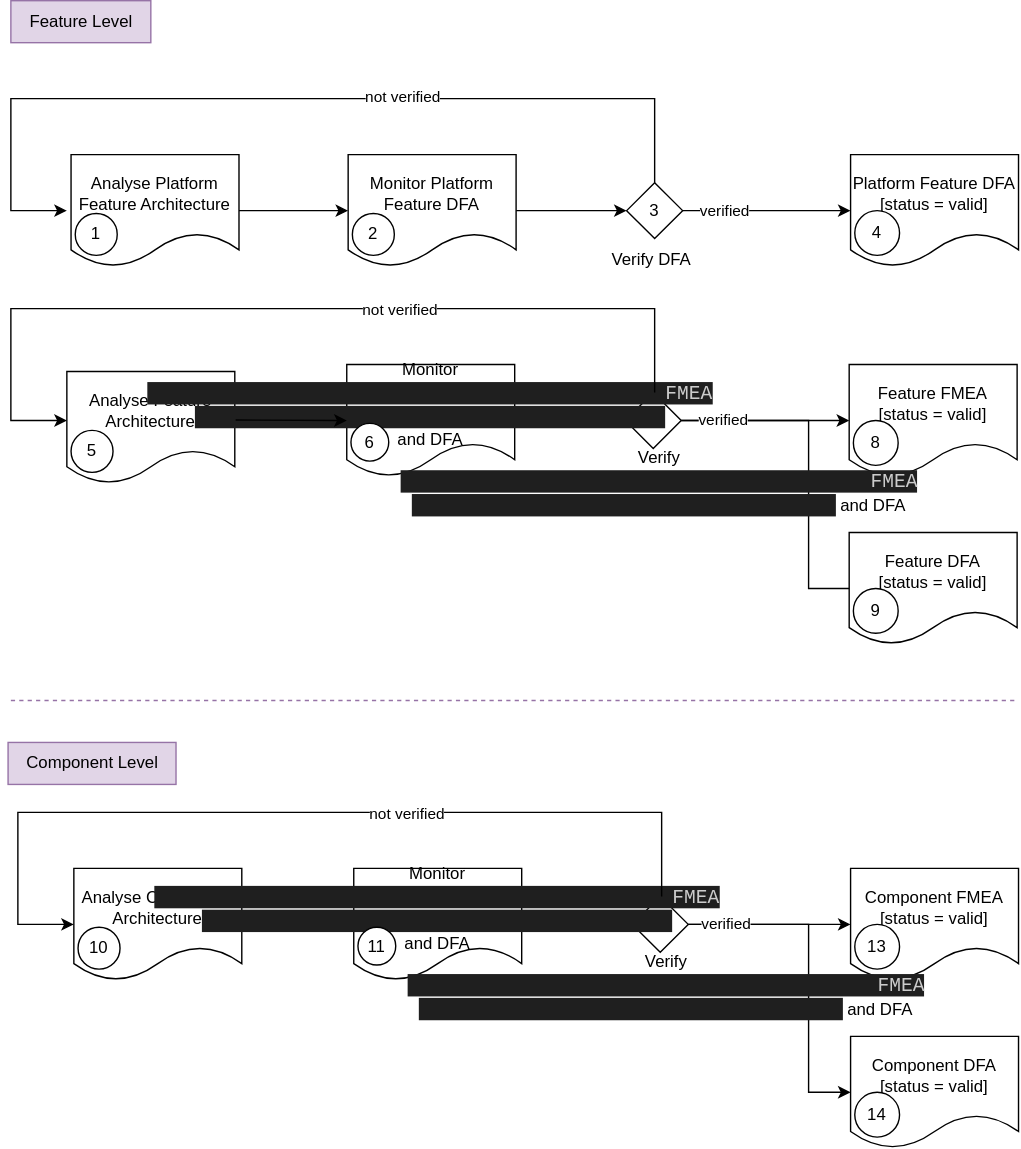
eclipse-score/process_description keeps this draw.io diagram as pr-54/_images/safety_analysis_workflow.drawio.svg. Above is the earlier version. Source tidied: cells renumbered, new cells last; positions are measured from the earlier drawing's top-left corner, leaving out a move shared by most shapes.
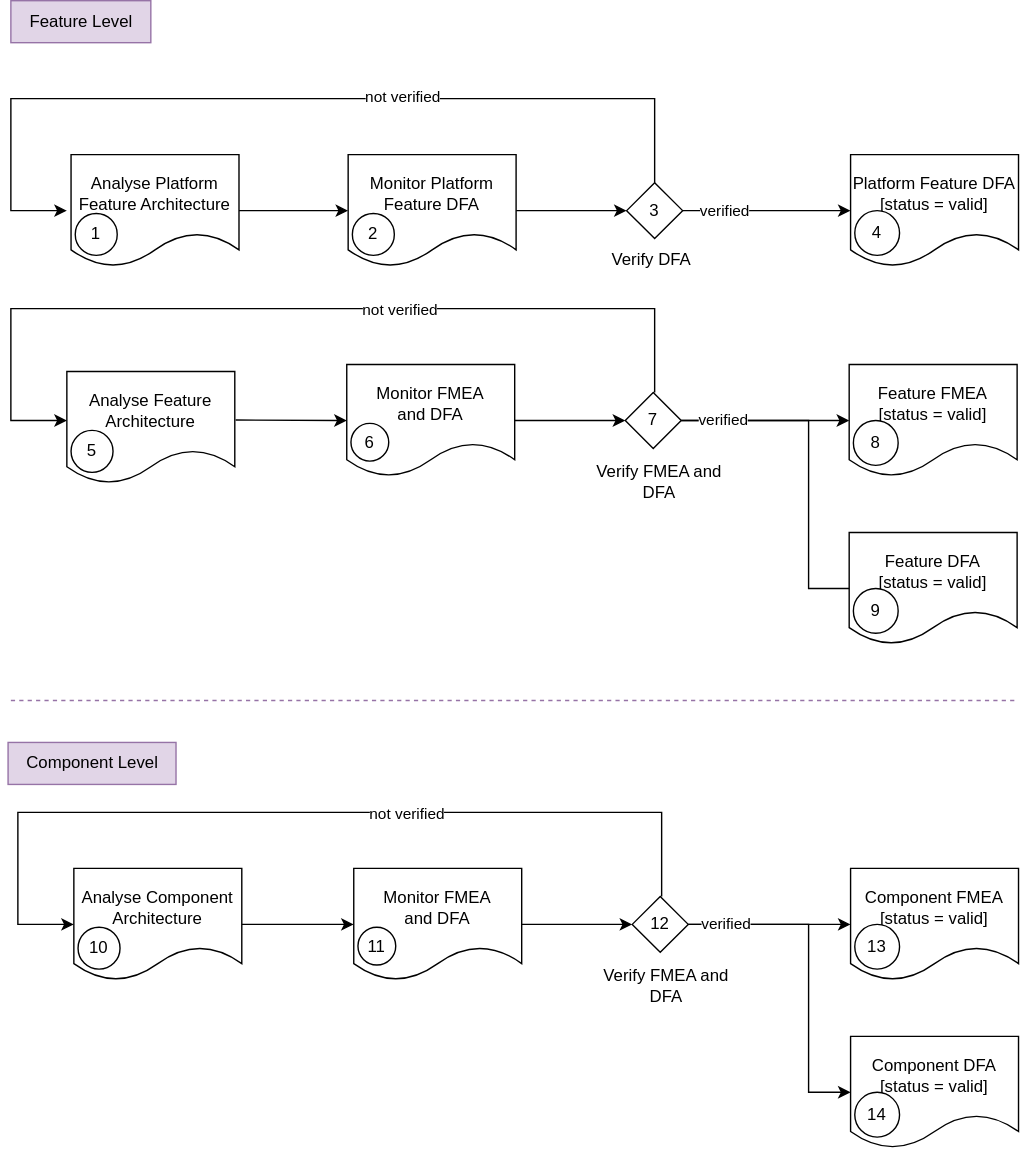
The same file after the commit.

Diff of the diagram source:
```diff
@@ -103,13 +103,13 @@
     <mxCell id="28" style="edgeStyle=none;html=1;entryX=0;entryY=0.5;entryDx=0;entryDy=0;" parent="1" edge="1" source="29" target="27">
       <mxGeometry relative="1" as="geometry" />
     </mxCell>
-    <mxCell id="29" value="&lt;span style=&quot;color: rgb(0, 0, 0);&quot;&gt;Monitor&amp;nbsp;&lt;span style=&quot;color: rgb(204, 204, 204); background-color: rgb(31, 31, 31); font-family: Consolas, &amp;quot;Courier New&amp;quot;, monospace; font-size: 14px; white-space: pre;&quot;&gt;FMEA&lt;/span&gt;&lt;br&gt;&lt;/span&gt;&lt;span style=&quot;background-color: transparent;&quot;&gt;&amp;nbsp;and DFA&lt;/span&gt;" style="shape=document;whiteSpace=wrap;html=1;boundedLbl=1;" parent="1" vertex="1">
+    <mxCell id="29" value="&lt;span style=&quot;color: rgb(0, 0, 0);&quot;&gt;Monitor FMEA&lt;br&gt;&lt;/span&gt;&lt;span style=&quot;background-color: transparent;&quot;&gt;&amp;nbsp;and DFA&lt;/span&gt;" style="shape=document;whiteSpace=wrap;html=1;boundedLbl=1;" parent="1" vertex="1">
       <mxGeometry x="242" y="260" width="120" height="80" as="geometry" />
     </mxCell>
     <mxCell id="30" value="6" style="ellipse;whiteSpace=wrap;html=1;" parent="1" vertex="1">
       <mxGeometry x="245" y="302" width="27" height="27" as="geometry" />
     </mxCell>
-    <mxCell id="31" value="Verify&amp;nbsp;&lt;span style=&quot;color: rgb(204, 204, 204); background-color: rgb(31, 31, 31); font-family: Consolas, &amp;quot;Courier New&amp;quot;, monospace; font-size: 14px; white-space: pre;&quot;&gt;FMEA&lt;/span&gt;&lt;span style=&quot;background-color: transparent;&quot;&gt;&amp;nbsp;and DFA&lt;/span&gt;" style="text;html=1;align=center;verticalAlign=middle;whiteSpace=wrap;rounded=0;fillColor=default;" parent="1" vertex="1">
+    <mxCell id="31" value="Verify FMEA&lt;span style=&quot;background-color: transparent;&quot;&gt;&amp;nbsp;and DFA&lt;/span&gt;" style="text;html=1;align=center;verticalAlign=middle;whiteSpace=wrap;rounded=0;fillColor=default;" parent="1" vertex="1">
       <mxGeometry x="412" y="329" width="107" height="30" as="geometry" />
     </mxCell>
     <mxCell id="32" style="edgeStyle=none;html=1;rounded=0;curved=0;" parent="1" edge="1">
@@ -163,13 +163,13 @@
     <mxCell id="42" style="edgeStyle=none;html=1;entryX=0;entryY=0.5;entryDx=0;entryDy=0;" parent="1" edge="1" source="43" target="41">
       <mxGeometry relative="1" as="geometry" />
     </mxCell>
-    <mxCell id="43" value="&lt;span style=&quot;color: rgb(0, 0, 0);&quot;&gt;Monitor&amp;nbsp;&lt;span style=&quot;color: rgb(204, 204, 204); background-color: rgb(31, 31, 31); font-family: Consolas, &amp;quot;Courier New&amp;quot;, monospace; font-size: 14px; white-space: pre;&quot;&gt;FMEA&lt;/span&gt;&lt;br&gt;&lt;/span&gt;&lt;span style=&quot;background-color: transparent;&quot;&gt;&amp;nbsp;and DFA&lt;/span&gt;" style="shape=document;whiteSpace=wrap;html=1;boundedLbl=1;" parent="1" vertex="1">
+    <mxCell id="43" value="&lt;span style=&quot;color: rgb(0, 0, 0);&quot;&gt;Monitor FMEA&lt;br&gt;&lt;/span&gt;&lt;span style=&quot;background-color: transparent;&quot;&gt;&amp;nbsp;and DFA&lt;/span&gt;" style="shape=document;whiteSpace=wrap;html=1;boundedLbl=1;" parent="1" vertex="1">
       <mxGeometry x="247" y="620" width="120" height="80" as="geometry" />
     </mxCell>
     <mxCell id="44" value="11" style="ellipse;whiteSpace=wrap;html=1;" parent="1" vertex="1">
       <mxGeometry x="250" y="662" width="27" height="27" as="geometry" />
     </mxCell>
-    <mxCell id="45" value="Verify&amp;nbsp;&lt;span style=&quot;color: rgb(204, 204, 204); background-color: rgb(31, 31, 31); font-family: Consolas, &amp;quot;Courier New&amp;quot;, monospace; font-size: 14px; white-space: pre;&quot;&gt;FMEA&lt;/span&gt;&lt;span style=&quot;background-color: transparent;&quot;&gt;&amp;nbsp;and DFA&lt;/span&gt;" style="text;html=1;align=center;verticalAlign=middle;whiteSpace=wrap;rounded=0;fillColor=default;" parent="1" vertex="1">
+    <mxCell id="45" value="Verify&lt;span style=&quot;background-color: transparent;&quot;&gt;&amp;nbsp;FMEA and DFA&lt;/span&gt;" style="text;html=1;align=center;verticalAlign=middle;whiteSpace=wrap;rounded=0;fillColor=default;" parent="1" vertex="1">
       <mxGeometry x="417" y="689" width="107" height="30" as="geometry" />
     </mxCell>
     <mxCell id="46" style="edgeStyle=none;html=1;rounded=0;curved=0;" parent="1" edge="1">
```
